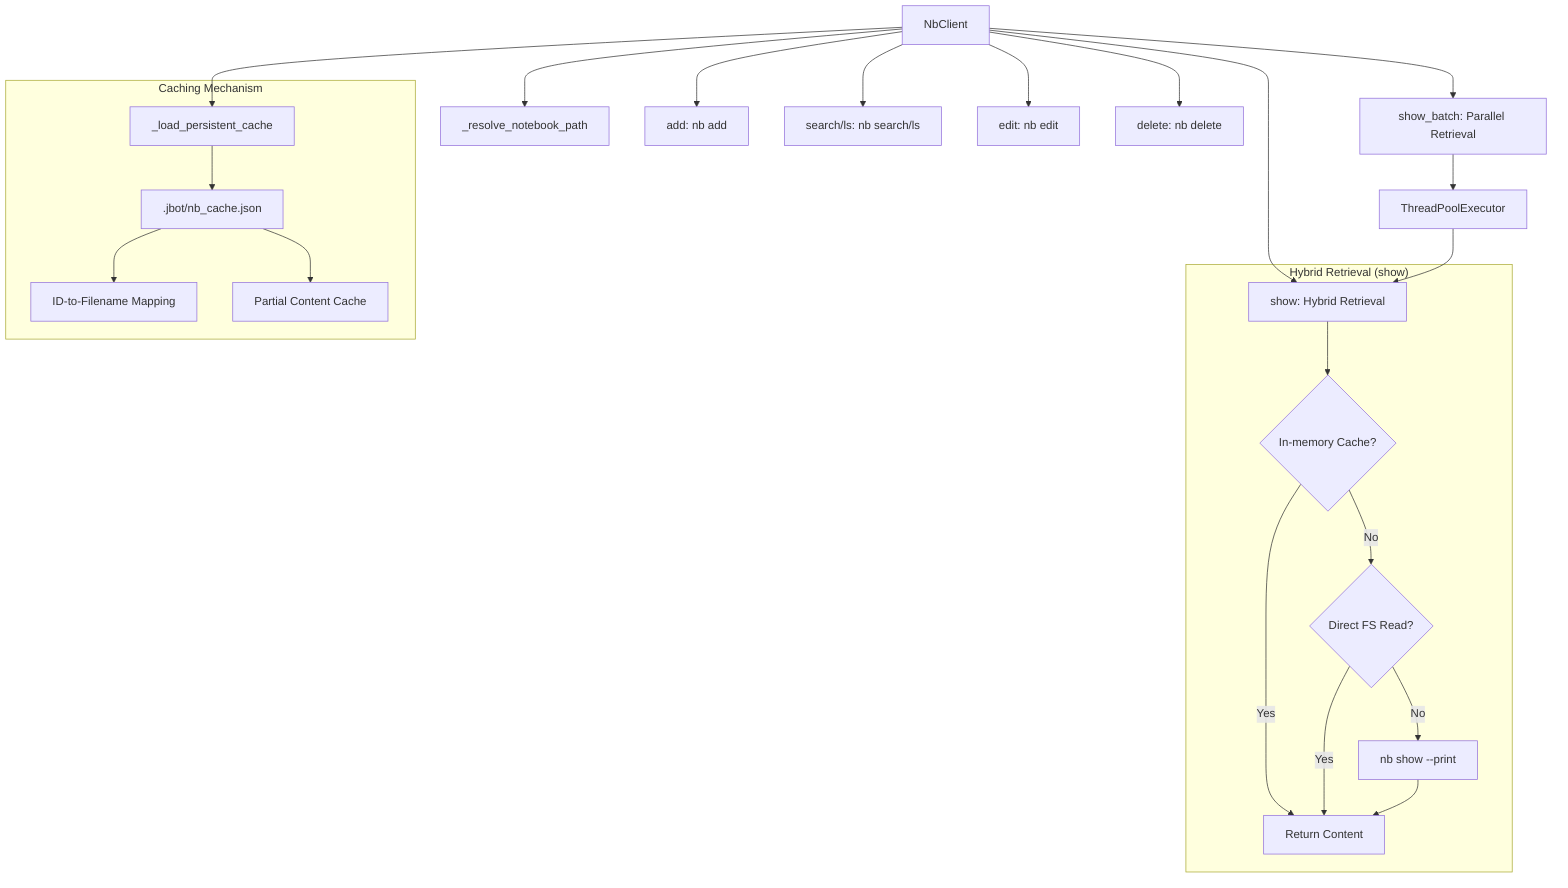
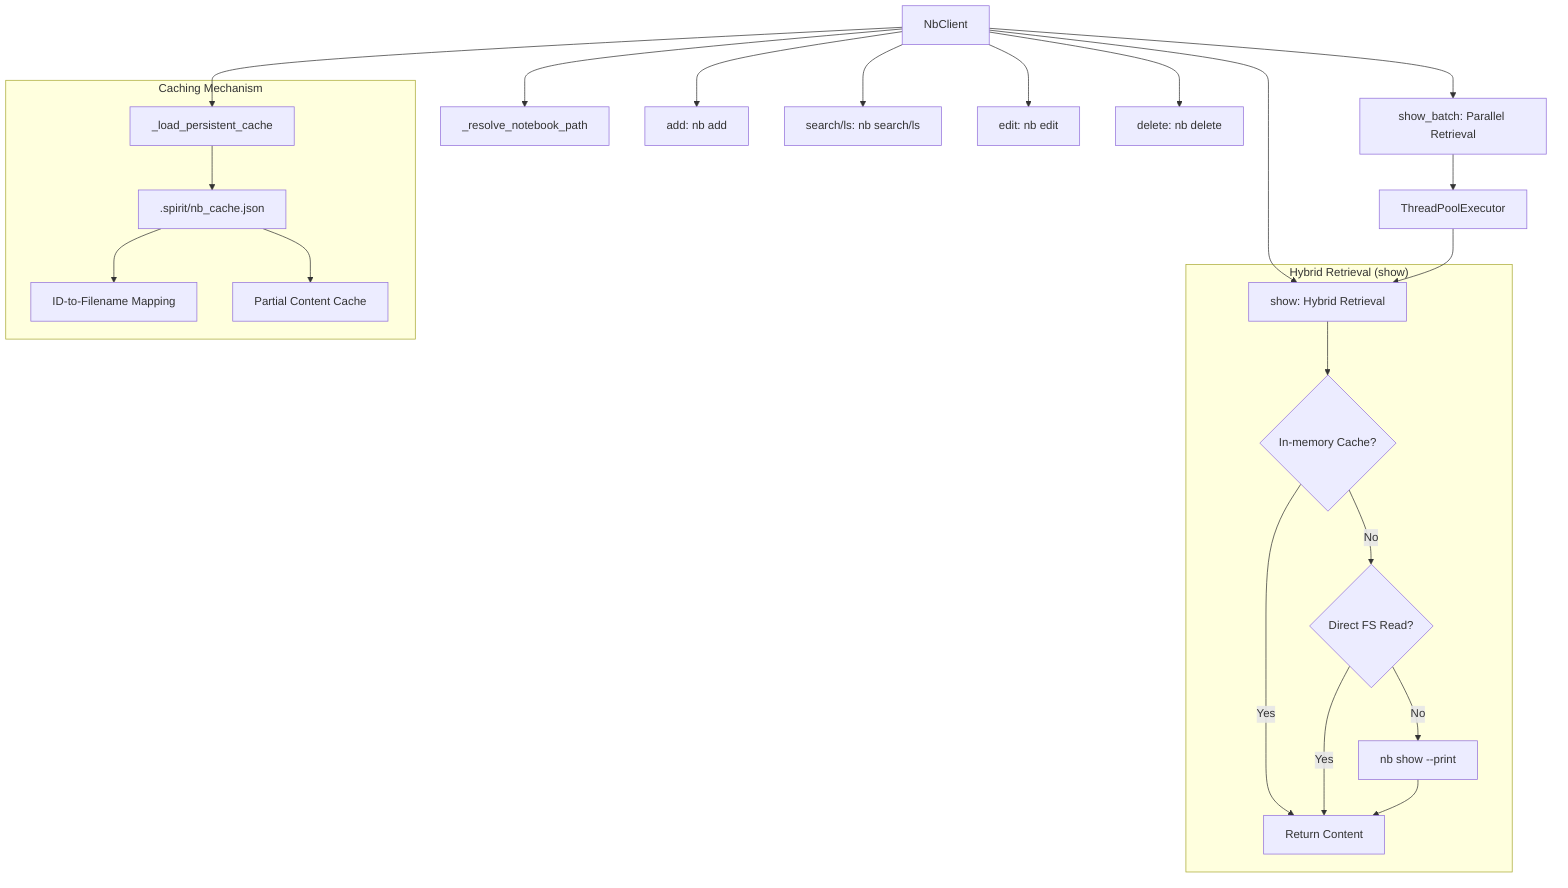
graph TD
    NbClient[NbClient] --> ResolvePath[_resolve_notebook_path]
    NbClient --> LoadCache[_load_persistent_cache]

    NbClient --> Add[add: nb add]
    NbClient --> Show[show: Hybrid Retrieval]
    NbClient --> Batch[show_batch: Parallel Retrieval]
    NbClient --> Search[search/ls: nb search/ls]
    NbClient --> Edit[edit: nb edit]
    NbClient --> Delete[delete: nb delete]

    subgraph "Hybrid Retrieval (show)"
        Show --> CacheCheck{In-memory Cache?}
        CacheCheck -- No --> FSRead{Direct FS Read?}
        FSRead -- No --> NBShow[nb show --print]
        CacheCheck -- Yes --> Return[Return Content]
        FSRead -- Yes --> Return
        NBShow --> Return
    end

    subgraph "Caching Mechanism"
-         LoadCache --> FileCache[.jbot/nb_cache.json]
+         LoadCache --> FileCache[.spirit/nb_cache.json]
        FileCache --> IDMap[ID-to-Filename Mapping]
        FileCache --> ContentMap[Partial Content Cache]
    end

    Batch --> ThreadPool[ThreadPoolExecutor]
    ThreadPool --> Show
